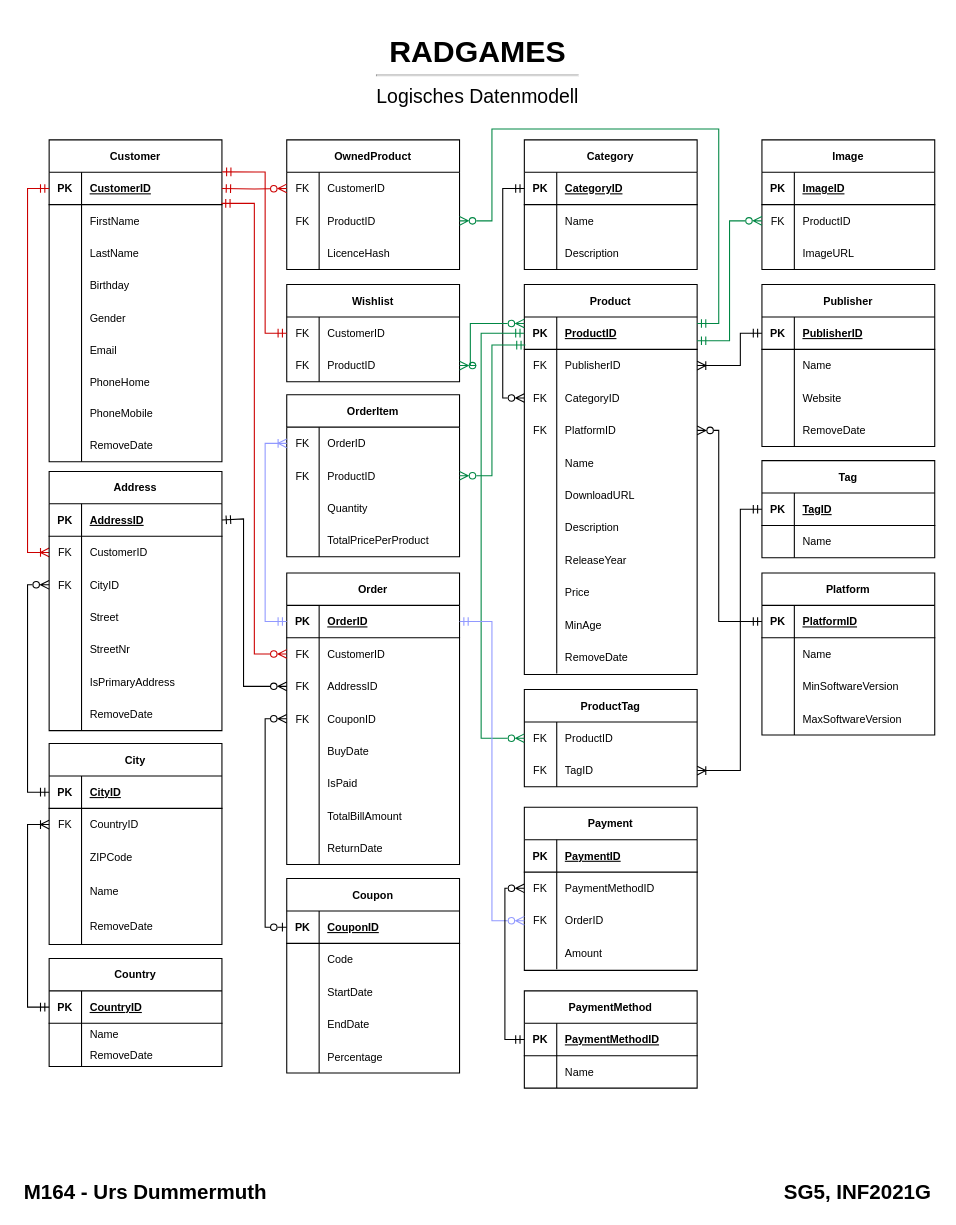
This is page "Logisch" (2 of 3) of Konzepte/Datenmodell.drawio from TD99/gibb-m164, a draw.io file, before an edit. Source tidied: cells renumbered, new cells numbered last; positions are measured from the earlier drawing's top-left corner, leaving out a move shared by most shapes. Both pictures are drawn from the tidied source at 108%, with x=0, y=0 at pixel (18, 29).
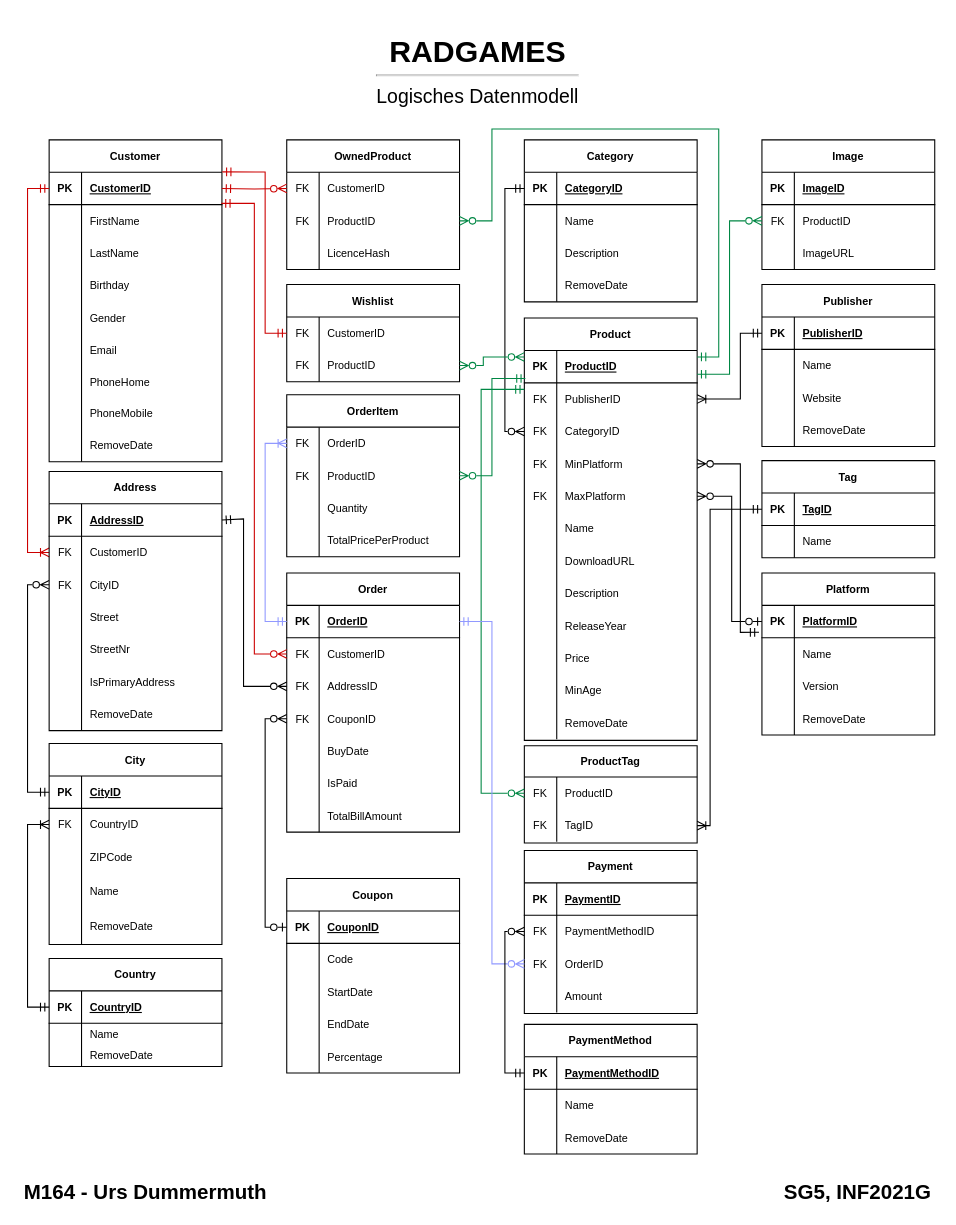
Above is the later version.

The change refers to these unchanged cells:
```xml
<mxCell id="70" style="shape=tableRow;horizontal=0;startSize=0;swimlaneHead=0;swimlaneBody=0;fillColor=none;points=[[0,0.5],[1,0.5]];portConstraint=eastwest;top=0;left=0;right=0;bottom=0;" parent="66" vertex="1">
  <mxGeometry y="60" width="160" height="30" as="geometry" />
</mxCell>
<mxCell id="81" style="shape=tableRow;horizontal=0;startSize=0;swimlaneHead=0;swimlaneBody=0;fillColor=none;points=[[0,0.5],[1,0.5]];portConstraint=eastwest;top=0;left=0;right=0;bottom=0;fontSize=10;" parent="77" vertex="1">
  <mxGeometry y="60" width="160" height="30" as="geometry" />
</mxCell>
<mxCell id="89" style="shape=tableRow;horizontal=0;startSize=0;swimlaneHead=0;swimlaneBody=0;fillColor=none;points=[[0,0.5],[1,0.5]];portConstraint=eastwest;top=0;left=0;right=0;bottom=0;fontSize=10;" parent="85" vertex="1">
  <mxGeometry y="60" width="160" height="30" as="geometry" />
</mxCell>
<mxCell id="99" style="shape=tableRow;horizontal=0;startSize=0;swimlaneHead=0;swimlaneBody=0;fillColor=none;points=[[0,0.5],[1,0.5]];portConstraint=eastwest;top=0;left=0;right=0;bottom=1;fontSize=10;" parent="98" vertex="1">
  <mxGeometry y="30" width="160" height="30" as="geometry" />
</mxCell>
<mxCell id="144" style="shape=tableRow;horizontal=0;startSize=0;swimlaneHead=0;swimlaneBody=0;fillColor=none;points=[[0,0.5],[1,0.5]];portConstraint=eastwest;top=0;left=0;right=0;bottom=1;fontSize=10;" parent="143" vertex="1">
  <mxGeometry y="30" width="160" height="30" as="geometry" />
</mxCell>
<mxCell id="154" style="shape=tableRow;horizontal=0;startSize=0;swimlaneHead=0;swimlaneBody=0;fillColor=none;points=[[0,0.5],[1,0.5]];portConstraint=eastwest;top=0;left=0;right=0;bottom=1;fontSize=10;" parent="153" vertex="1">
  <mxGeometry y="30" width="160" height="30" as="geometry" />
</mxCell>
<mxCell id="157" style="shape=tableRow;horizontal=0;startSize=0;swimlaneHead=0;swimlaneBody=0;fillColor=none;points=[[0,0.5],[1,0.5]];portConstraint=eastwest;top=0;left=0;right=0;bottom=0;fontSize=10;" parent="153" vertex="1">
  <mxGeometry y="60" width="160" height="30" as="geometry" />
</mxCell>
<mxCell id="160" style="shape=tableRow;horizontal=0;startSize=0;swimlaneHead=0;swimlaneBody=0;fillColor=none;points=[[0,0.5],[1,0.5]];portConstraint=eastwest;top=0;left=0;right=0;bottom=0;fontSize=10;" parent="153" vertex="1">
  <mxGeometry y="90" width="160" height="30" as="geometry" />
</mxCell>
<mxCell id="163" style="shape=tableRow;horizontal=0;startSize=0;swimlaneHead=0;swimlaneBody=0;fillColor=none;points=[[0,0.5],[1,0.5]];portConstraint=eastwest;top=0;left=0;right=0;bottom=0;fontSize=10;" parent="153" vertex="1">
  <mxGeometry y="120" width="160" height="30" as="geometry" />
</mxCell>
<mxCell id="217" style="shape=tableRow;horizontal=0;startSize=0;swimlaneHead=0;swimlaneBody=0;fillColor=none;points=[[0,0.5],[1,0.5]];portConstraint=eastwest;top=0;left=0;right=0;bottom=0;fontSize=10;" parent="213" vertex="1">
  <mxGeometry y="60" width="160" height="30" as="geometry" />
</mxCell>
<mxCell id="220" style="shape=tableRow;horizontal=0;startSize=0;swimlaneHead=0;swimlaneBody=0;fillColor=none;points=[[0,0.5],[1,0.5]];portConstraint=eastwest;top=0;left=0;right=0;bottom=0;fontSize=10;" parent="213" vertex="1">
  <mxGeometry y="90" width="160" height="30" as="geometry" />
</mxCell>
<mxCell id="227" style="shape=tableRow;horizontal=0;startSize=0;swimlaneHead=0;swimlaneBody=0;fillColor=none;points=[[0,0.5],[1,0.5]];portConstraint=eastwest;top=0;left=0;right=0;bottom=1;fontSize=10;" parent="226" vertex="1">
  <mxGeometry y="30" width="160" height="30" as="geometry" />
</mxCell>
<mxCell id="250" style="shape=tableRow;horizontal=0;startSize=0;swimlaneHead=0;swimlaneBody=0;fillColor=none;points=[[0,0.5],[1,0.5]];portConstraint=eastwest;top=0;left=0;right=0;bottom=1;fontSize=10;" parent="249" vertex="1">
  <mxGeometry y="30" width="160" height="30" as="geometry" />
</mxCell>
<mxCell id="264" style="shape=tableRow;horizontal=0;startSize=0;swimlaneHead=0;swimlaneBody=0;fillColor=none;points=[[0,0.5],[1,0.5]];portConstraint=eastwest;top=0;left=0;right=0;bottom=1;fontSize=10;" parent="263" vertex="1">
  <mxGeometry y="30" width="160" height="30" as="geometry" />
</mxCell>
<mxCell id="271" style="shape=tableRow;horizontal=0;startSize=0;swimlaneHead=0;swimlaneBody=0;fillColor=none;points=[[0,0.5],[1,0.5]];portConstraint=eastwest;top=0;left=0;right=0;bottom=1;fontSize=10;" parent="270" vertex="1">
  <mxGeometry y="30" width="160" height="30" as="geometry" />
</mxCell>
<mxCell id="277" style="shape=tableRow;horizontal=0;startSize=0;swimlaneHead=0;swimlaneBody=0;fillColor=none;top=0;left=0;right=0;bottom=0;fontSize=10;" parent="270" vertex="1">
  <mxGeometry y="90" width="160" height="30" as="geometry" />
</mxCell>
<mxCell id="280" style="shape=tableRow;horizontal=0;startSize=0;swimlaneHead=0;swimlaneBody=0;fillColor=none;top=0;left=0;right=0;bottom=0;fontSize=10;" parent="270" vertex="1">
  <mxGeometry y="120" width="160" height="30" as="geometry" />
</mxCell>
```

The edit, as a diff of the source:
```diff
@@
     <mxCell id="98" value="Order" style="shape=table;startSize=30;childLayout=tableLayout;rowLines=0;fontStyle=1;align=center;fontSize=10;fillColor=none;" parent="1" vertex="1">
-      <mxGeometry x="248" y="503" width="160" height="270" as="geometry" />
+      <mxGeometry x="248" y="503" width="160" height="240" as="geometry" />
     </mxCell>
@@
-    <mxCell id="120" style="shape=tableRow;horizontal=0;startSize=0;swimlaneHead=0;swimlaneBody=0;fillColor=none;top=0;left=0;right=0;bottom=0;fontSize=10;" parent="98" vertex="1">
-      <mxGeometry y="240" width="160" height="30" as="geometry" />
-    </mxCell>
-    <mxCell id="121" style="shape=partialRectangle;fillColor=none;top=0;left=0;bottom=0;right=0;overflow=hidden;fontSize=10;" parent="120" vertex="1">
-      <mxGeometry width="30" height="30" as="geometry" />
-    </mxCell>
-    <mxCell id="122" value="ReturnDate" style="shape=partialRectangle;fillColor=none;top=0;left=0;bottom=0;right=0;align=left;spacingLeft=6;overflow=hidden;fontSize=10;" parent="120" vertex="1">
-      <mxGeometry x="30" width="130" height="30" as="geometry" />
-    </mxCell>
@@
     <mxCell id="143" value="Category" style="shape=table;startSize=30;childLayout=tableLayout;rowLines=0;fontStyle=1;align=center;fontSize=10;fillColor=none;" parent="1" vertex="1">
-      <mxGeometry x="468" y="102" width="160" height="120" as="geometry" />
+      <mxGeometry x="468" y="102" width="160" height="150" as="geometry" />
     </mxCell>
@@
+    <mxCell id="286" style="shape=tableRow;horizontal=0;startSize=0;swimlaneHead=0;swimlaneBody=0;fillColor=none;top=0;left=0;right=0;bottom=0;fontSize=10;" parent="143" vertex="1">
+      <mxGeometry y="120" width="160" height="30" as="geometry" />
+    </mxCell>
+    <mxCell id="287" style="shape=partialRectangle;fillColor=none;top=0;left=0;bottom=0;right=0;overflow=hidden;fontSize=10;" parent="286" vertex="1">
+      <mxGeometry width="30" height="30" as="geometry" />
+    </mxCell>
+    <mxCell id="288" value="RemoveDate" style="shape=partialRectangle;fillColor=none;top=0;left=0;bottom=0;right=0;align=left;spacingLeft=6;overflow=hidden;fontSize=10;" parent="286" vertex="1">
+      <mxGeometry x="30" width="130" height="30" as="geometry" />
+    </mxCell>
     <mxCell id="153" value="Product" style="shape=table;startSize=30;childLayout=tableLayout;rowLines=0;fontStyle=1;align=center;fontSize=10;fillColor=none;" parent="1" vertex="1">
-      <mxGeometry x="468" y="236" width="160" height="361" as="geometry" />
+      <mxGeometry x="468" y="267" width="160" height="391" as="geometry" />
     </mxCell>
@@
-    <mxCell id="165" value="PlatformID" style="shape=partialRectangle;fillColor=none;top=0;left=0;bottom=0;right=0;align=left;spacingLeft=6;overflow=hidden;fontSize=10;" parent="163" vertex="1">
+    <mxCell id="165" value="MinPlatform" style="shape=partialRectangle;fillColor=none;top=0;left=0;bottom=0;right=0;align=left;spacingLeft=6;overflow=hidden;fontSize=10;" parent="163" vertex="1">
       <mxGeometry x="30" width="130" height="30" as="geometry" />
     </mxCell>
+    <mxCell id="289" style="shape=tableRow;horizontal=0;startSize=0;swimlaneHead=0;swimlaneBody=0;fillColor=none;points=[[0,0.5],[1,0.5]];portConstraint=eastwest;top=0;left=0;right=0;bottom=0;fontSize=10;" parent="153" vertex="1">
+      <mxGeometry y="150" width="160" height="30" as="geometry" />
+    </mxCell>
+    <mxCell id="290" value="FK" style="shape=partialRectangle;fillColor=none;top=0;left=0;bottom=0;right=0;overflow=hidden;fontSize=10;" parent="289" vertex="1">
+      <mxGeometry width="30" height="30" as="geometry" />
+    </mxCell>
+    <mxCell id="291" value="MaxPlatform" style="shape=partialRectangle;fillColor=none;top=0;left=0;bottom=0;right=0;align=left;spacingLeft=6;overflow=hidden;fontSize=10;" parent="289" vertex="1">
+      <mxGeometry x="30" width="130" height="30" as="geometry" />
+    </mxCell>
     <mxCell id="166" style="shape=tableRow;horizontal=0;startSize=0;swimlaneHead=0;swimlaneBody=0;fillColor=none;top=0;left=0;right=0;bottom=0;fontSize=10;" parent="153" vertex="1">
-      <mxGeometry y="150" width="160" height="30" as="geometry" />
+      <mxGeometry y="180" width="160" height="30" as="geometry" />
     </mxCell>
@@
     <mxCell id="169" style="shape=tableRow;horizontal=0;startSize=0;swimlaneHead=0;swimlaneBody=0;fillColor=none;top=0;left=0;right=0;bottom=0;fontSize=10;" parent="153" vertex="1">
-      <mxGeometry y="180" width="160" height="30" as="geometry" />
+      <mxGeometry y="210" width="160" height="30" as="geometry" />
     </mxCell>
@@
     <mxCell id="172" style="shape=tableRow;horizontal=0;startSize=0;swimlaneHead=0;swimlaneBody=0;fillColor=none;top=0;left=0;right=0;bottom=0;fontSize=10;" parent="153" vertex="1">
-      <mxGeometry y="210" width="160" height="30" as="geometry" />
+      <mxGeometry y="240" width="160" height="30" as="geometry" />
     </mxCell>
@@
     <mxCell id="175" style="shape=tableRow;horizontal=0;startSize=0;swimlaneHead=0;swimlaneBody=0;fillColor=none;top=0;left=0;right=0;bottom=0;fontSize=10;" parent="153" vertex="1">
-      <mxGeometry y="240" width="160" height="30" as="geometry" />
+      <mxGeometry y="270" width="160" height="30" as="geometry" />
     </mxCell>
@@
     <mxCell id="178" style="shape=tableRow;horizontal=0;startSize=0;swimlaneHead=0;swimlaneBody=0;fillColor=none;top=0;left=0;right=0;bottom=0;fontSize=10;" parent="153" vertex="1">
-      <mxGeometry y="270" width="160" height="30" as="geometry" />
+      <mxGeometry y="300" width="160" height="30" as="geometry" />
     </mxCell>
@@
     <mxCell id="181" style="shape=tableRow;horizontal=0;startSize=0;swimlaneHead=0;swimlaneBody=0;fillColor=none;top=0;left=0;right=0;bottom=0;fontSize=10;" parent="153" vertex="1">
-      <mxGeometry y="300" width="160" height="30" as="geometry" />
+      <mxGeometry y="330" width="160" height="30" as="geometry" />
     </mxCell>
@@
     <mxCell id="184" style="shape=tableRow;horizontal=0;startSize=0;swimlaneHead=0;swimlaneBody=0;fillColor=none;top=0;left=0;right=0;bottom=0;fontSize=10;" parent="153" vertex="1">
-      <mxGeometry y="330" width="160" height="30" as="geometry" />
+      <mxGeometry y="360" width="160" height="30" as="geometry" />
     </mxCell>
@@
     <mxCell id="187" style="edgeStyle=orthogonalEdgeStyle;rounded=0;jettySize=auto;html=1;startArrow=ERmandOne;startFill=0;endArrow=ERzeroToMany;endFill=0;exitX=0;exitY=0.5;exitDx=0;exitDy=0;entryX=0;entryY=0.5;entryDx=0;entryDy=0;" parent="1" edge="1" source="144" target="160">
       <mxGeometry relative="1" as="geometry">
         <Array as="points">
-          <mxPoint x="448" y="147" />
-          <mxPoint x="448" y="341" />
+          <mxPoint x="450" y="147" />
+          <mxPoint x="450" y="372" />
         </Array>
       </mxGeometry>
     </mxCell>
     <mxCell id="188" style="edgeStyle=orthogonalEdgeStyle;rounded=0;jettySize=auto;html=1;startArrow=ERzeroToMany;startFill=0;endArrow=ERmandOne;endFill=0;strokeColor=#008744;exitX=1;exitY=0.5;exitDx=0;exitDy=0;entryX=1;entryY=0.2;entryDx=0;entryDy=0;entryPerimeter=0;" parent="1" edge="1" source="70" target="154">
       <mxGeometry relative="1" as="geometry">
         <Array as="points">
           <mxPoint x="438" y="177" />
           <mxPoint x="438" y="92" />
           <mxPoint x="648" y="92" />
-          <mxPoint x="648" y="272" />
+          <mxPoint x="648" y="303" />
         </Array>
       </mxGeometry>
     </mxCell>
-    <mxCell id="189" value="ProductTag" style="shape=table;startSize=30;childLayout=tableLayout;rowLines=0;fontStyle=1;align=center;fontSize=10;fillColor=none;" parent="1" vertex="1">
-      <mxGeometry x="468" y="611" width="160" height="90" as="geometry" />
+    <mxCell id="189" value="ProductTag" style="shape=table;startSize=29;childLayout=tableLayout;rowLines=0;fontStyle=1;align=center;fontSize=10;fillColor=none;" parent="1" vertex="1">
+      <mxGeometry x="468" y="663" width="160" height="90" as="geometry" />
     </mxCell>
     <mxCell id="190" style="shape=tableRow;horizontal=0;startSize=0;swimlaneHead=0;swimlaneBody=0;fillColor=none;points=[[0,0.5],[1,0.5]];portConstraint=eastwest;top=0;left=0;right=0;bottom=0;fontSize=10;" parent="189" vertex="1">
-      <mxGeometry y="30" width="160" height="30" as="geometry" />
+      <mxGeometry y="29" width="160" height="30" as="geometry" />
     </mxCell>
@@
     <mxCell id="193" style="shape=tableRow;horizontal=0;startSize=0;swimlaneHead=0;swimlaneBody=0;fillColor=none;points=[[0,0.5],[1,0.5]];portConstraint=eastwest;top=0;left=0;right=0;bottom=0;fontSize=10;" parent="189" vertex="1">
-      <mxGeometry y="60" width="160" height="30" as="geometry" />
+      <mxGeometry y="59" width="160" height="30" as="geometry" />
     </mxCell>
@@
     <mxCell id="213" value="Payment" style="shape=table;startSize=30;childLayout=tableLayout;rowLines=0;fontStyle=1;align=center;fontSize=10;fillColor=none;" parent="1" vertex="1">
-      <mxGeometry x="468" y="720" width="160" height="151" as="geometry" />
+      <mxGeometry x="468" y="760" width="160" height="151" as="geometry" />
     </mxCell>
@@
     <mxCell id="226" value="PaymentMethod" style="shape=table;startSize=30;childLayout=tableLayout;rowLines=0;fontStyle=1;align=center;fontSize=10;fillColor=none;" parent="1" vertex="1">
-      <mxGeometry x="468" y="890" width="160" height="90" as="geometry" />
+      <mxGeometry x="468" y="921" width="160" height="120" as="geometry" />
     </mxCell>
@@
+    <mxCell id="292" style="shape=tableRow;horizontal=0;startSize=0;swimlaneHead=0;swimlaneBody=0;fillColor=none;top=0;left=0;right=0;bottom=0;fontSize=10;" parent="226" vertex="1">
+      <mxGeometry y="90" width="160" height="30" as="geometry" />
+    </mxCell>
+    <mxCell id="293" style="shape=partialRectangle;fillColor=none;top=0;left=0;bottom=0;right=0;overflow=hidden;fontSize=10;" parent="292" vertex="1">
+      <mxGeometry width="30" height="30" as="geometry" />
+    </mxCell>
+    <mxCell id="294" value="RemoveDate" style="shape=partialRectangle;fillColor=none;top=0;left=0;bottom=0;right=0;align=left;spacingLeft=6;overflow=hidden;fontSize=10;" parent="292" vertex="1">
+      <mxGeometry x="30" width="130" height="30" as="geometry" />
+    </mxCell>
     <mxCell id="233" style="edgeStyle=orthogonalEdgeStyle;rounded=0;jettySize=auto;html=1;startArrow=ERzeroToMany;startFill=0;endArrow=ERzeroToMany;endFill=0;entryX=0;entryY=0.2;entryDx=0;entryDy=0;entryPerimeter=0;strokeColor=#008744;exitX=1;exitY=0.5;exitDx=0;exitDy=0;" parent="1" edge="1" source="81" target="154">
       <mxGeometry relative="1" as="geometry">
         <Array as="points">
-          <mxPoint x="418" y="311" />
-          <mxPoint x="418" y="272" />
+          <mxPoint x="430" y="311" />
+          <mxPoint x="430" y="303" />
         </Array>
       </mxGeometry>
     </mxCell>
     <mxCell id="234" style="edgeStyle=orthogonalEdgeStyle;rounded=0;jettySize=auto;html=1;startArrow=ERzeroToMany;startFill=0;endArrow=ERmandOne;endFill=0;strokeColor=#008744;entryX=0.006;entryY=0.867;entryDx=0;entryDy=0;entryPerimeter=0;exitX=1;exitY=0.5;exitDx=0;exitDy=0;" parent="1" edge="1" source="89" target="154">
       <mxGeometry relative="1" as="geometry">
         <Array as="points">
           <mxPoint x="438" y="413" />
-          <mxPoint x="438" y="292" />
+          <mxPoint x="438" y="323" />
         </Array>
       </mxGeometry>
     </mxCell>
-    <mxCell id="235" style="rounded=0;jettySize=auto;html=1;startArrow=ERzeroToMany;startFill=0;endArrow=ERmandOne;endFill=0;exitX=0;exitY=0.5;exitDx=0;exitDy=0;entryX=0;entryY=0.5;entryDx=0;entryDy=0;edgeStyle=orthogonalEdgeStyle;strokeColor=#008744;" parent="1" edge="1" source="190" target="154">
+    <mxCell id="235" style="rounded=0;jettySize=auto;html=1;startArrow=ERzeroToMany;startFill=0;endArrow=ERmandOne;endFill=0;exitX=0;exitY=0.5;exitDx=0;exitDy=0;entryX=0;entryY=0.5;entryDx=0;entryDy=0;edgeStyle=orthogonalEdgeStyle;strokeColor=#008744;" parent="1" edge="1" source="190">
       <mxGeometry relative="1" as="geometry">
+        <mxPoint x="468" y="333" as="targetPoint" />
         <Array as="points">
-          <mxPoint x="428" y="656" />
-          <mxPoint x="428" y="281" />
+          <mxPoint x="428" y="707" />
+          <mxPoint x="428" y="333" />
         </Array>
       </mxGeometry>
     </mxCell>
     <mxCell id="236" style="edgeStyle=orthogonalEdgeStyle;rounded=0;jettySize=auto;html=1;entryX=1;entryY=0.5;entryDx=0;entryDy=0;startArrow=ERzeroToMany;startFill=0;endArrow=ERmandOne;endFill=0;exitX=0;exitY=0.5;exitDx=0;exitDy=0;strokeColor=#9199FF;" parent="1" edge="1" source="220" target="99">
       <mxGeometry relative="1" as="geometry">
         <Array as="points">
-          <mxPoint x="438" y="825" />
+          <mxPoint x="438" y="865" />
           <mxPoint x="438" y="548" />
         </Array>
       </mxGeometry>
     </mxCell>
     <mxCell id="237" style="edgeStyle=orthogonalEdgeStyle;rounded=0;jettySize=auto;html=1;entryX=0;entryY=0.5;entryDx=0;entryDy=0;startArrow=ERzeroToMany;startFill=0;endArrow=ERmandOne;endFill=0;exitX=0;exitY=0.5;exitDx=0;exitDy=0;" parent="1" edge="1" source="217" target="227">
       <mxGeometry relative="1" as="geometry">
         <Array as="points">
-          <mxPoint x="450" y="795" />
-          <mxPoint x="450" y="935" />
+          <mxPoint x="450" y="835" />
+          <mxPoint x="450" y="966" />
         </Array>
       </mxGeometry>
     </mxCell>
@@
     <mxCell id="262" style="edgeStyle=orthogonalEdgeStyle;rounded=0;jettySize=auto;html=1;entryX=0;entryY=0.5;entryDx=0;entryDy=0;startArrow=ERoneToMany;startFill=0;endArrow=ERmandOne;endFill=0;exitX=1;exitY=0.5;exitDx=0;exitDy=0;" parent="1" edge="1" source="157" target="250">
       <mxGeometry relative="1" as="geometry">
         <Array as="points">
-          <mxPoint x="668" y="311" />
+          <mxPoint x="668" y="342" />
           <mxPoint x="668" y="281" />
         </Array>
       </mxGeometry>
     </mxCell>
@@
-    <mxCell id="279" value="MinSoftwareVersion" style="shape=partialRectangle;fillColor=none;top=0;left=0;bottom=0;right=0;align=left;spacingLeft=6;overflow=hidden;fontSize=10;" parent="277" vertex="1">
+    <mxCell id="279" value="Version" style="shape=partialRectangle;fillColor=none;top=0;left=0;bottom=0;right=0;align=left;spacingLeft=6;overflow=hidden;fontSize=10;" parent="277" vertex="1">
       <mxGeometry x="30" width="130" height="30" as="geometry" />
     </mxCell>
@@
-    <mxCell id="282" value="MaxSoftwareVersion" style="shape=partialRectangle;fillColor=none;top=0;left=0;bottom=0;right=0;align=left;spacingLeft=6;overflow=hidden;fontSize=10;" parent="280" vertex="1">
+    <mxCell id="282" value="RemoveDate" style="shape=partialRectangle;fillColor=none;top=0;left=0;bottom=0;right=0;align=left;spacingLeft=6;overflow=hidden;fontSize=10;" parent="280" vertex="1">
       <mxGeometry x="30" width="130" height="30" as="geometry" />
     </mxCell>
     <mxCell id="283" style="rounded=0;jettySize=auto;html=1;startArrow=ERmandOne;startFill=0;endArrow=ERoneToMany;endFill=0;exitX=0;exitY=0.5;exitDx=0;exitDy=0;entryX=1;entryY=0.5;entryDx=0;entryDy=0;edgeStyle=orthogonalEdgeStyle;" parent="1" edge="1" source="264" target="193">
       <mxGeometry relative="1" as="geometry">
         <Array as="points">
-          <mxPoint x="668" y="444" />
-          <mxPoint x="668" y="686" />
+          <mxPoint x="640" y="444" />
+          <mxPoint x="640" y="737" />
         </Array>
       </mxGeometry>
     </mxCell>
+    <mxCell id="285" value="&lt;p style=&quot;line-height: 0.7&quot;&gt;&lt;/p&gt;&lt;h1 style=&quot;font-size: 28px ; line-height: 0.2&quot;&gt;RADGAMES&lt;/h1&gt;&lt;hr&gt;&lt;div style=&quot;line-height: 0.1&quot;&gt;&lt;font style=&quot;font-size: 18px ; line-height: 0&quot;&gt;Logisches Datenmodell&lt;/font&gt;&lt;/div&gt;&lt;p&gt;&lt;/p&gt;" style="text;html=1;strokeColor=none;fillColor=none;spacing=5;spacingTop=-20;whiteSpace=wrap;overflow=hidden;rounded=0;align=center;fontSize=28;fontFamily=Permanent Marker;fontStyle=0;" parent="1" vertex="1">
+      <mxGeometry width="850" height="80" as="geometry" />
+    </mxCell>
-    <mxCell id="284" style="edgeStyle=orthogonalEdgeStyle;rounded=0;jettySize=auto;html=1;exitX=1;exitY=0.5;exitDx=0;exitDy=0;entryX=0;entryY=0.5;entryDx=0;entryDy=0;fontSize=10;startArrow=ERzeroToMany;startFill=0;endArrow=ERmandOne;endFill=0;" parent="1" edge="1" source="163" target="271">
+    <mxCell id="284" style="edgeStyle=orthogonalEdgeStyle;rounded=0;jettySize=auto;html=1;startArrow=ERzeroToMany;startFill=0;endArrow=ERmandOne;endFill=0;exitX=1;exitY=0.5;exitDx=0;exitDy=0;entryX=-0.017;entryY=0.833;entryDx=0;entryDy=0;entryPerimeter=0;" parent="1" edge="1" source="163" target="271">
       <mxGeometry relative="1" as="geometry">
         <Array as="points">
-          <mxPoint x="648" y="371" />
-          <mxPoint x="648" y="548" />
+          <mxPoint x="668" y="402" />
+          <mxPoint x="668" y="558" />
         </Array>
       </mxGeometry>
     </mxCell>
-    <mxCell id="285" value="&lt;p style=&quot;line-height: 0.7&quot;&gt;&lt;/p&gt;&lt;h1 style=&quot;font-size: 28px ; line-height: 0.2&quot;&gt;RADGAMES&lt;/h1&gt;&lt;hr&gt;&lt;div style=&quot;line-height: 0.1&quot;&gt;&lt;font style=&quot;font-size: 18px ; line-height: 0&quot;&gt;Logisches Datenmodell&lt;/font&gt;&lt;/div&gt;&lt;p&gt;&lt;/p&gt;" style="text;html=1;strokeColor=none;fillColor=none;spacing=5;spacingTop=-20;whiteSpace=wrap;overflow=hidden;rounded=0;align=center;fontSize=28;fontFamily=Permanent Marker;fontStyle=0;" parent="1" vertex="1">
-      <mxGeometry width="850" height="80" as="geometry" />
-    </mxCell>
+    <mxCell id="295" style="edgeStyle=orthogonalEdgeStyle;rounded=0;jettySize=auto;html=1;startArrow=ERzeroToMany;startFill=0;endArrow=ERzeroToOne;endFill=0;exitX=1;exitY=0.5;exitDx=0;exitDy=0;entryX=0;entryY=0.5;entryDx=0;entryDy=0;" parent="1" edge="1" source="289" target="271">
+      <mxGeometry relative="1" as="geometry">
+        <Array as="points">
+          <mxPoint x="660" y="432" />
+          <mxPoint x="660" y="548" />
+        </Array>
+      </mxGeometry>
+    </mxCell>
```
